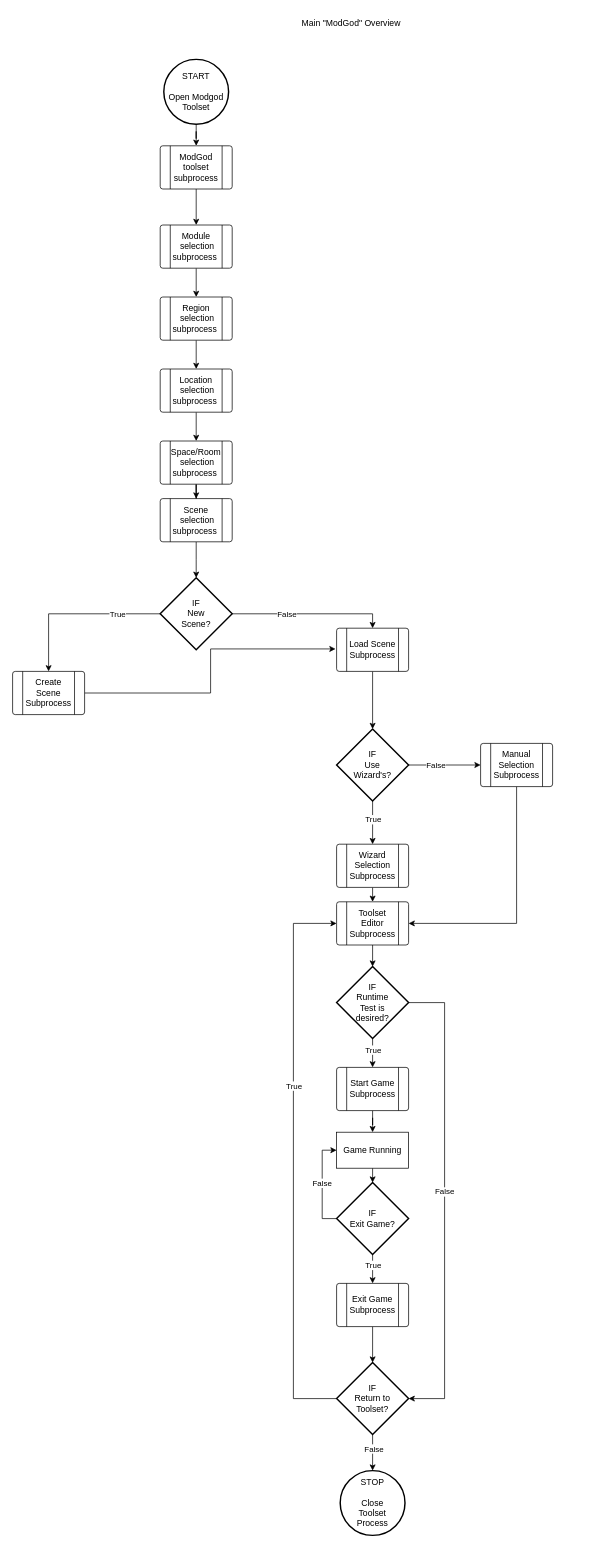
Above: Phase2/Flowcharts/modgodToolset/ModGod/ModGodSpaceRoomSelectionSubprocess.drawio in RPG-Research/bcirpg (draw.io), before the change. Source tidied: cells renumbered, new cells numbered last; positions are measured from the earlier drawing's top-left corner, leaving out a move shared by most shapes. Both pictures are drawn from the tidied source at 72%, with x=0, y=0 at pixel (12, 12).
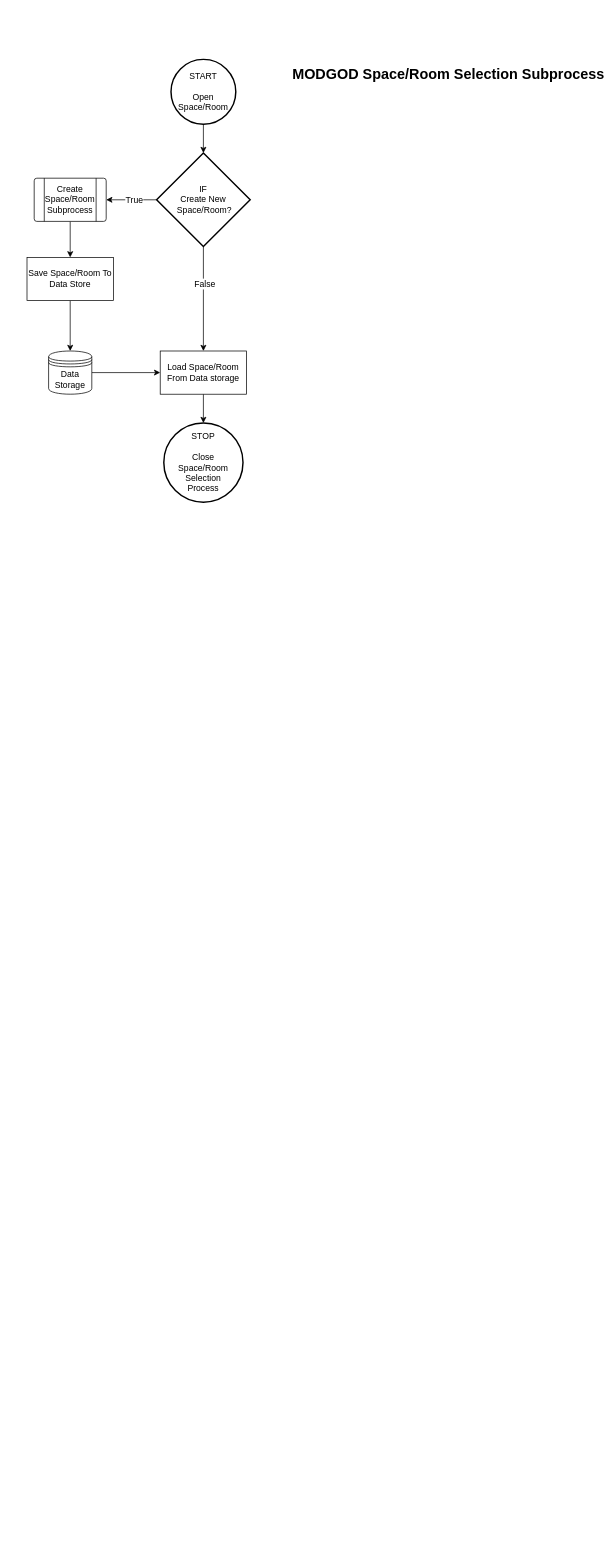
Above is the later version.

Commit message (it also covers changes not shown here):
Added updates for the selection side of the modgod flowcharts

The edit, as a diff of the source:
```diff
@@
-    <mxCell id="2" style="edgeStyle=orthogonalEdgeStyle;rounded=0;jettySize=auto;html=1;entryX=0.5;entryY=0;entryDx=0;entryDy=0;" parent="1" edge="1" source="3" target="5">
-      <mxGeometry relative="1" as="geometry" />
-    </mxCell>
-    <mxCell id="3" value="START&lt;br&gt;&lt;br&gt;Open Modgod&lt;br&gt;Toolset" style="strokeWidth=2;html=1;shape=mxgraph.flowchart.start_2;whiteSpace=wrap;" parent="1" vertex="1">
-      <mxGeometry x="210" y="65" width="90" height="90" as="geometry" />
-    </mxCell>
-    <mxCell id="4" style="edgeStyle=orthogonalEdgeStyle;rounded=0;jettySize=auto;html=1;entryX=0.5;entryY=0;entryDx=0;entryDy=0;" parent="1" edge="1" source="5" target="7">
-      <mxGeometry relative="1" as="geometry" />
-    </mxCell>
-    <mxCell id="5" value="ModGod toolset subprocess" style="verticalLabelPosition=middle;verticalAlign=middle;html=1;shape=process;whiteSpace=wrap;rounded=1;size=0.14;arcSize=6;labelPosition=center;align=center;" parent="1" vertex="1">
-      <mxGeometry x="205" y="185" width="100" height="60" as="geometry" />
-    </mxCell>
-    <mxCell id="6" style="edgeStyle=orthogonalEdgeStyle;rounded=0;jettySize=auto;html=1;exitX=0.5;exitY=1;exitDx=0;exitDy=0;entryX=0.5;entryY=0;entryDx=0;entryDy=0;" parent="1" edge="1" source="7" target="54">
-      <mxGeometry relative="1" as="geometry" />
-    </mxCell>
-    <mxCell id="7" value="Module&lt;br&gt;&amp;nbsp;selection subprocess&amp;nbsp;" style="verticalLabelPosition=middle;verticalAlign=middle;html=1;shape=process;whiteSpace=wrap;rounded=1;size=0.14;arcSize=6;labelPosition=center;align=center;" parent="1" vertex="1">
-      <mxGeometry x="205" y="295" width="100" height="60" as="geometry" />
-    </mxCell>
-    <mxCell id="8" style="edgeStyle=orthogonalEdgeStyle;rounded=0;jettySize=auto;html=1;exitX=0.5;exitY=1;exitDx=0;exitDy=0;" parent="1" edge="1" source="52">
-      <mxGeometry relative="1" as="geometry">
-        <mxPoint x="255" y="785" as="targetPoint" />
-      </mxGeometry>
-    </mxCell>
-    <mxCell id="9" style="edgeStyle=orthogonalEdgeStyle;rounded=0;jettySize=auto;html=1;exitX=1;exitY=0.5;exitDx=0;exitDy=0;exitPerimeter=0;entryX=0.5;entryY=0;entryDx=0;entryDy=0;" parent="1" edge="1" source="13" target="26">
-      <mxGeometry relative="1" as="geometry" />
-    </mxCell>
-    <mxCell id="10" value="False" style="edgeLabel;html=1;align=center;verticalAlign=middle;" parent="9" vertex="1">
-      <mxGeometry x="-0.3" relative="1" as="geometry" />
-    </mxCell>
-    <mxCell id="11" style="edgeStyle=orthogonalEdgeStyle;rounded=0;jettySize=auto;html=1;entryX=0.5;entryY=0;entryDx=0;entryDy=0;" parent="1" edge="1" source="13" target="28">
-      <mxGeometry relative="1" as="geometry" />
-    </mxCell>
-    <mxCell id="12" value="True" style="edgeLabel;html=1;align=center;verticalAlign=middle;" parent="11" vertex="1">
-      <mxGeometry x="-0.49" relative="1" as="geometry" />
-    </mxCell>
-    <mxCell id="13" value="IF&lt;br&gt;New&lt;br&gt;Scene?" style="strokeWidth=2;html=1;shape=mxgraph.flowchart.decision;whiteSpace=wrap;" parent="1" vertex="1">
-      <mxGeometry x="205" y="785" width="100" height="100" as="geometry" />
-    </mxCell>
-    <mxCell id="14" style="edgeStyle=orthogonalEdgeStyle;rounded=0;jettySize=auto;html=1;exitX=0.5;exitY=1;exitDx=0;exitDy=0;entryX=0.5;entryY=0;entryDx=0;entryDy=0;" parent="1" edge="1" source="15" target="38">
-      <mxGeometry relative="1" as="geometry" />
-    </mxCell>
-    <mxCell id="15" value="Wizard&lt;br&gt;Selection&lt;br&gt;Subprocess" style="verticalLabelPosition=middle;verticalAlign=middle;html=1;shape=process;whiteSpace=wrap;rounded=1;size=0.14;arcSize=6;labelPosition=center;align=center;" parent="1" vertex="1">
-      <mxGeometry x="450" y="1155" width="100" height="60" as="geometry" />
-    </mxCell>
-    <mxCell id="16" style="edgeStyle=orthogonalEdgeStyle;rounded=0;jettySize=auto;html=1;exitX=0.5;exitY=1;exitDx=0;exitDy=0;exitPerimeter=0;entryX=0.5;entryY=0;entryDx=0;entryDy=0;" parent="1" edge="1" source="20" target="22">
-      <mxGeometry relative="1" as="geometry" />
-    </mxCell>
-    <mxCell id="17" value="True" style="edgeLabel;html=1;align=center;verticalAlign=middle;" parent="16" vertex="1">
-      <mxGeometry x="-0.24" relative="1" as="geometry" />
-    </mxCell>
-    <mxCell id="18" style="edgeStyle=orthogonalEdgeStyle;rounded=0;jettySize=auto;html=1;exitX=1;exitY=0.5;exitDx=0;exitDy=0;exitPerimeter=0;entryX=1;entryY=0.5;entryDx=0;entryDy=0;entryPerimeter=0;" parent="1" edge="1" source="20" target="50">
-      <mxGeometry relative="1" as="geometry">
-        <Array as="points">
-          <mxPoint x="600" y="1375" />
-          <mxPoint x="600" y="1925" />
-        </Array>
-      </mxGeometry>
-    </mxCell>
-    <mxCell id="19" value="False" style="edgeLabel;html=1;align=center;verticalAlign=middle;" parent="18" vertex="1">
-      <mxGeometry x="-0.04" y="-1" relative="1" as="geometry" />
-    </mxCell>
-    <mxCell id="20" value="IF&lt;br&gt;Runtime&lt;br&gt;Test is&lt;br&gt;desired?" style="strokeWidth=2;html=1;shape=mxgraph.flowchart.decision;whiteSpace=wrap;" parent="1" vertex="1">
-      <mxGeometry x="450" y="1325" width="100" height="100" as="geometry" />
-    </mxCell>
-    <mxCell id="21" style="edgeStyle=orthogonalEdgeStyle;rounded=0;jettySize=auto;html=1;exitX=0.5;exitY=1;exitDx=0;exitDy=0;" parent="1" edge="1" source="22" target="40">
-      <mxGeometry relative="1" as="geometry" />
-    </mxCell>
-    <mxCell id="22" value="Start Game&lt;br&gt;Subprocess" style="verticalLabelPosition=middle;verticalAlign=middle;html=1;shape=process;whiteSpace=wrap;rounded=1;size=0.14;arcSize=6;labelPosition=center;align=center;" parent="1" vertex="1">
-      <mxGeometry x="450" y="1465" width="100" height="60" as="geometry" />
-    </mxCell>
-    <mxCell id="23" style="edgeStyle=orthogonalEdgeStyle;rounded=0;jettySize=auto;html=1;exitX=0.5;exitY=1;exitDx=0;exitDy=0;entryX=0.5;entryY=0;entryDx=0;entryDy=0;entryPerimeter=0;" parent="1" edge="1" source="24" target="50">
-      <mxGeometry relative="1" as="geometry" />
-    </mxCell>
-    <mxCell id="24" value="Exit Game&lt;br&gt;Subprocess" style="verticalLabelPosition=middle;verticalAlign=middle;html=1;shape=process;whiteSpace=wrap;rounded=1;size=0.14;arcSize=6;labelPosition=center;align=center;" parent="1" vertex="1">
-      <mxGeometry x="450" y="1765" width="100" height="60" as="geometry" />
-    </mxCell>
-    <mxCell id="25" style="edgeStyle=orthogonalEdgeStyle;rounded=0;jettySize=auto;html=1;exitX=0.5;exitY=1;exitDx=0;exitDy=0;entryX=0.5;entryY=0;entryDx=0;entryDy=0;entryPerimeter=0;" parent="1" edge="1" source="26" target="34">
-      <mxGeometry relative="1" as="geometry" />
-    </mxCell>
-    <mxCell id="26" value="Load Scene&lt;br&gt;Subprocess" style="verticalLabelPosition=middle;verticalAlign=middle;html=1;shape=process;whiteSpace=wrap;rounded=1;size=0.14;arcSize=6;labelPosition=center;align=center;" parent="1" vertex="1">
-      <mxGeometry x="450" y="855" width="100" height="60" as="geometry" />
-    </mxCell>
-    <mxCell id="27" style="edgeStyle=orthogonalEdgeStyle;rounded=0;jettySize=auto;html=1;exitX=1;exitY=0.5;exitDx=0;exitDy=0;entryX=-0.015;entryY=0.48;entryDx=0;entryDy=0;entryPerimeter=0;" parent="1" edge="1" source="28" target="26">
-      <mxGeometry relative="1" as="geometry" />
-    </mxCell>
-    <mxCell id="28" value="Create&lt;br&gt;Scene&lt;br&gt;Subprocess" style="verticalLabelPosition=middle;verticalAlign=middle;html=1;shape=process;whiteSpace=wrap;rounded=1;size=0.14;arcSize=6;labelPosition=center;align=center;" parent="1" vertex="1">
-      <mxGeometry y="915" width="100" height="60" as="geometry" />
-    </mxCell>
-    <mxCell id="29" value="Main &quot;ModGod&quot; Overview" style="text;html=1;align=center;verticalAlign=middle;strokeColor=none;fillColor=none;" parent="1" vertex="1">
-      <mxGeometry x="390" width="160" height="30" as="geometry" />
-    </mxCell>
-    <mxCell id="30" style="edgeStyle=orthogonalEdgeStyle;rounded=0;jettySize=auto;html=1;exitX=0.5;exitY=1;exitDx=0;exitDy=0;exitPerimeter=0;" parent="1" edge="1" source="34" target="15">
-      <mxGeometry relative="1" as="geometry" />
-    </mxCell>
-    <mxCell id="31" value="True" style="edgeLabel;html=1;align=center;verticalAlign=middle;" parent="30" vertex="1">
-      <mxGeometry x="-0.17" relative="1" as="geometry" />
-    </mxCell>
-    <mxCell id="32" style="edgeStyle=orthogonalEdgeStyle;rounded=0;jettySize=auto;html=1;exitX=1;exitY=0.5;exitDx=0;exitDy=0;exitPerimeter=0;entryX=0;entryY=0.5;entryDx=0;entryDy=0;" parent="1" edge="1" source="34" target="36">
-      <mxGeometry relative="1" as="geometry" />
-    </mxCell>
-    <mxCell id="33" value="False" style="edgeLabel;html=1;align=center;verticalAlign=middle;" parent="32" vertex="1">
-      <mxGeometry x="-0.27" relative="1" as="geometry" />
-    </mxCell>
-    <mxCell id="34" value="IF&lt;br&gt;Use&lt;br&gt;Wizard's?" style="strokeWidth=2;html=1;shape=mxgraph.flowchart.decision;whiteSpace=wrap;" parent="1" vertex="1">
-      <mxGeometry x="450" y="995" width="100" height="100" as="geometry" />
-    </mxCell>
-    <mxCell id="35" style="edgeStyle=orthogonalEdgeStyle;rounded=0;jettySize=auto;html=1;exitX=0.5;exitY=1;exitDx=0;exitDy=0;entryX=1;entryY=0.5;entryDx=0;entryDy=0;" parent="1" edge="1" source="36" target="38">
-      <mxGeometry relative="1" as="geometry" />
-    </mxCell>
-    <mxCell id="36" value="Manual&lt;br&gt;Selection&lt;br&gt;Subprocess" style="verticalLabelPosition=middle;verticalAlign=middle;html=1;shape=process;whiteSpace=wrap;rounded=1;size=0.14;arcSize=6;labelPosition=center;align=center;" parent="1" vertex="1">
-      <mxGeometry x="650" y="1015" width="100" height="60" as="geometry" />
-    </mxCell>
-    <mxCell id="37" style="edgeStyle=orthogonalEdgeStyle;rounded=0;jettySize=auto;html=1;exitX=0.5;exitY=1;exitDx=0;exitDy=0;entryX=0.5;entryY=0;entryDx=0;entryDy=0;entryPerimeter=0;" parent="1" edge="1" source="38" target="20">
-      <mxGeometry relative="1" as="geometry" />
-    </mxCell>
-    <mxCell id="38" value="Toolset&lt;br&gt;Editor&lt;br&gt;Subprocess" style="verticalLabelPosition=middle;verticalAlign=middle;html=1;shape=process;whiteSpace=wrap;rounded=1;size=0.14;arcSize=6;labelPosition=center;align=center;" parent="1" vertex="1">
-      <mxGeometry x="450" y="1235" width="100" height="60" as="geometry" />
-    </mxCell>
-    <mxCell id="39" style="edgeStyle=orthogonalEdgeStyle;rounded=0;jettySize=auto;html=1;exitX=0.5;exitY=1;exitDx=0;exitDy=0;entryX=0.5;entryY=0;entryDx=0;entryDy=0;entryPerimeter=0;" parent="1" edge="1" source="40" target="45">
-      <mxGeometry relative="1" as="geometry" />
-    </mxCell>
-    <mxCell id="40" value="Game Running" style="rounded=0;whiteSpace=wrap;html=1;" parent="1" vertex="1">
-      <mxGeometry x="450" y="1555" width="100" height="50" as="geometry" />
-    </mxCell>
-    <mxCell id="41" style="edgeStyle=orthogonalEdgeStyle;rounded=0;jettySize=auto;html=1;exitX=0.5;exitY=1;exitDx=0;exitDy=0;exitPerimeter=0;entryX=0.5;entryY=0;entryDx=0;entryDy=0;" parent="1" edge="1" source="45" target="24">
-      <mxGeometry relative="1" as="geometry" />
-    </mxCell>
-    <mxCell id="42" value="True" style="edgeLabel;html=1;align=center;verticalAlign=middle;" parent="41" vertex="1">
-      <mxGeometry x="-0.29" relative="1" as="geometry" />
-    </mxCell>
-    <mxCell id="43" style="edgeStyle=orthogonalEdgeStyle;rounded=0;jettySize=auto;html=1;exitX=0;exitY=0.5;exitDx=0;exitDy=0;exitPerimeter=0;entryX=0;entryY=0.5;entryDx=0;entryDy=0;" parent="1" edge="1" source="45" target="40">
-      <mxGeometry relative="1" as="geometry" />
-    </mxCell>
-    <mxCell id="44" value="False" style="edgeLabel;html=1;align=center;verticalAlign=middle;" parent="43" vertex="1">
-      <mxGeometry x="0.04" y="1" relative="1" as="geometry" />
-    </mxCell>
-    <mxCell id="45" value="IF&lt;br&gt;Exit Game?" style="strokeWidth=2;html=1;shape=mxgraph.flowchart.decision;whiteSpace=wrap;" parent="1" vertex="1">
-      <mxGeometry x="450" y="1625" width="100" height="100" as="geometry" />
-    </mxCell>
-    <mxCell id="46" style="edgeStyle=orthogonalEdgeStyle;rounded=0;jettySize=auto;html=1;entryX=0;entryY=0.5;entryDx=0;entryDy=0;" parent="1" edge="1" source="50" target="38">
-      <mxGeometry relative="1" as="geometry">
-        <Array as="points">
-          <mxPoint x="390" y="1925" />
-          <mxPoint x="390" y="1265" />
-        </Array>
-      </mxGeometry>
-    </mxCell>
-    <mxCell id="47" value="True" style="edgeLabel;html=1;align=center;verticalAlign=middle;" parent="46" vertex="1">
-      <mxGeometry x="0.27" relative="1" as="geometry" />
-    </mxCell>
-    <mxCell id="48" style="edgeStyle=orthogonalEdgeStyle;rounded=0;jettySize=auto;html=1;exitX=0.5;exitY=1;exitDx=0;exitDy=0;exitPerimeter=0;entryX=0.5;entryY=0;entryDx=0;entryDy=0;entryPerimeter=0;" parent="1" edge="1" source="50" target="51">
-      <mxGeometry relative="1" as="geometry" />
-    </mxCell>
-    <mxCell id="49" value="False" style="edgeLabel;html=1;align=center;verticalAlign=middle;" parent="48" vertex="1">
-      <mxGeometry x="-0.26" y="1" relative="1" as="geometry" />
-    </mxCell>
-    <mxCell id="50" value="IF&lt;br&gt;Return to&lt;br&gt;Toolset?" style="strokeWidth=2;html=1;shape=mxgraph.flowchart.decision;whiteSpace=wrap;" parent="1" vertex="1">
-      <mxGeometry x="450" y="1875" width="100" height="100" as="geometry" />
-    </mxCell>
-    <mxCell id="51" value="STOP&lt;br&gt;&lt;br&gt;Close&lt;br&gt;Toolset&lt;br&gt;Process" style="strokeWidth=2;html=1;shape=mxgraph.flowchart.start_2;whiteSpace=wrap;" parent="1" vertex="1">
-      <mxGeometry x="455" y="2025" width="90" height="90" as="geometry" />
-    </mxCell>
-    <mxCell id="52" value="Scene&lt;br&gt;&amp;nbsp;selection subprocess&amp;nbsp;" style="verticalLabelPosition=middle;verticalAlign=middle;html=1;shape=process;whiteSpace=wrap;rounded=1;size=0.14;arcSize=6;labelPosition=center;align=center;" parent="1" vertex="1">
-      <mxGeometry x="205" y="675" width="100" height="60" as="geometry" />
-    </mxCell>
-    <mxCell id="53" style="edgeStyle=orthogonalEdgeStyle;rounded=0;jettySize=auto;html=1;exitX=0.5;exitY=1;exitDx=0;exitDy=0;entryX=0.5;entryY=0;entryDx=0;entryDy=0;" parent="1" edge="1" source="54" target="56">
-      <mxGeometry relative="1" as="geometry" />
-    </mxCell>
-    <mxCell id="54" value="Region&lt;br&gt;&amp;nbsp;selection subprocess&amp;nbsp;" style="verticalLabelPosition=middle;verticalAlign=middle;html=1;shape=process;whiteSpace=wrap;rounded=1;size=0.14;arcSize=6;labelPosition=center;align=center;" parent="1" vertex="1">
-      <mxGeometry x="205" y="395" width="100" height="60" as="geometry" />
-    </mxCell>
-    <mxCell id="55" style="edgeStyle=orthogonalEdgeStyle;rounded=0;jettySize=auto;html=1;exitX=0.5;exitY=1;exitDx=0;exitDy=0;" parent="1" edge="1" source="56" target="58">
-      <mxGeometry relative="1" as="geometry" />
-    </mxCell>
-    <mxCell id="56" value="Location&lt;br&gt;&amp;nbsp;selection subprocess&amp;nbsp;" style="verticalLabelPosition=middle;verticalAlign=middle;html=1;shape=process;whiteSpace=wrap;rounded=1;size=0.14;arcSize=6;labelPosition=center;align=center;" parent="1" vertex="1">
-      <mxGeometry x="205" y="495" width="100" height="60" as="geometry" />
-    </mxCell>
-    <mxCell id="57" style="edgeStyle=orthogonalEdgeStyle;rounded=0;jettySize=auto;html=1;exitX=0.5;exitY=1;exitDx=0;exitDy=0;" parent="1" edge="1" source="58" target="52">
-      <mxGeometry relative="1" as="geometry" />
-    </mxCell>
-    <mxCell id="58" value="Space/Room&lt;br&gt;&amp;nbsp;selection subprocess&amp;nbsp;" style="verticalLabelPosition=middle;verticalAlign=middle;html=1;shape=process;whiteSpace=wrap;rounded=1;size=0.14;arcSize=6;labelPosition=center;align=center;" parent="1" vertex="1">
-      <mxGeometry x="205" y="595" width="100" height="60" as="geometry" />
-    </mxCell>
+    <mxCell id="59" style="edgeStyle=orthogonalEdgeStyle;rounded=0;jettySize=auto;html=1;entryX=0.5;entryY=0;entryDx=0;entryDy=0;entryPerimeter=0;" parent="1" edge="1" source="60" target="67">
+      <mxGeometry relative="1" as="geometry" />
+    </mxCell>
+    <mxCell id="60" value="START&lt;br&gt;&lt;br&gt;Open Space/Room" style="strokeWidth=2;html=1;shape=mxgraph.flowchart.start_2;whiteSpace=wrap;" parent="1" vertex="1">
+      <mxGeometry x="220" y="65" width="90" height="90" as="geometry" />
+    </mxCell>
+    <mxCell id="61" value="&lt;b&gt;&lt;font style=&quot;font-size: 20px;&quot;&gt;MODGOD Space/Room Selection Subprocess&lt;/font&gt;&lt;/b&gt;" style="text;html=1;align=center;verticalAlign=middle;strokeColor=none;fillColor=none;" parent="1" vertex="1">
+      <mxGeometry x="400" y="65" width="410" height="40" as="geometry" />
+    </mxCell>
+    <mxCell id="62" value="STOP&lt;br&gt;&lt;br&gt;Close&lt;br&gt;Space/Room Selection&lt;br&gt;Process" style="strokeWidth=2;html=1;shape=mxgraph.flowchart.start_2;whiteSpace=wrap;" parent="1" vertex="1">
+      <mxGeometry x="210" y="570" width="110" height="110" as="geometry" />
+    </mxCell>
+    <mxCell id="63" style="edgeStyle=orthogonalEdgeStyle;rounded=0;jettySize=auto;html=1;exitX=0.5;exitY=1;exitDx=0;exitDy=0;exitPerimeter=0;fontSize=12;entryX=0.5;entryY=0;entryDx=0;entryDy=0;" parent="1" edge="1" source="67" target="69">
+      <mxGeometry relative="1" as="geometry" />
+    </mxCell>
+    <mxCell id="64" value="False" style="edgeLabel;html=1;align=center;verticalAlign=middle;fontSize=12;" parent="63" vertex="1">
+      <mxGeometry x="-0.3" y="1" relative="1" as="geometry" />
+    </mxCell>
+    <mxCell id="65" style="edgeStyle=orthogonalEdgeStyle;rounded=0;jettySize=auto;html=1;exitX=0;exitY=0.5;exitDx=0;exitDy=0;exitPerimeter=0;entryX=1;entryY=0.5;entryDx=0;entryDy=0;fontSize=12;" parent="1" edge="1" source="67" target="73">
+      <mxGeometry relative="1" as="geometry" />
+    </mxCell>
+    <mxCell id="66" value="True" style="edgeLabel;html=1;align=center;verticalAlign=middle;fontSize=12;" parent="65" vertex="1">
+      <mxGeometry x="-0.09" relative="1" as="geometry" />
+    </mxCell>
+    <mxCell id="67" value="IF&lt;br&gt;Create New&lt;br&gt;&amp;nbsp;Space/Room?" style="strokeWidth=2;html=1;shape=mxgraph.flowchart.decision;whiteSpace=wrap;" parent="1" vertex="1">
+      <mxGeometry x="200" y="195" width="130" height="130" as="geometry" />
+    </mxCell>
+    <mxCell id="68" style="edgeStyle=orthogonalEdgeStyle;rounded=0;jettySize=auto;html=1;exitX=0.5;exitY=1;exitDx=0;exitDy=0;fontSize=12;" parent="1" edge="1" source="69" target="62">
+      <mxGeometry relative="1" as="geometry" />
+    </mxCell>
+    <mxCell id="69" value="Load Space/Room&lt;br&gt;From Data storage" style="rounded=0;whiteSpace=wrap;html=1;fontSize=12;" parent="1" vertex="1">
+      <mxGeometry x="205" y="470" width="120" height="60" as="geometry" />
+    </mxCell>
+    <mxCell id="70" style="edgeStyle=orthogonalEdgeStyle;rounded=0;jettySize=auto;html=1;exitX=1;exitY=0.5;exitDx=0;exitDy=0;entryX=0;entryY=0.5;entryDx=0;entryDy=0;fontSize=12;" parent="1" edge="1" source="71" target="69">
+      <mxGeometry relative="1" as="geometry" />
+    </mxCell>
+    <mxCell id="71" value="Data&lt;br&gt;Storage" style="shape=datastore;whiteSpace=wrap;html=1;fontSize=12;" parent="1" vertex="1">
+      <mxGeometry x="50" y="470" width="60" height="60" as="geometry" />
+    </mxCell>
+    <mxCell id="72" style="edgeStyle=orthogonalEdgeStyle;rounded=0;jettySize=auto;html=1;exitX=0.5;exitY=1;exitDx=0;exitDy=0;fontSize=12;" parent="1" edge="1" source="73" target="75">
+      <mxGeometry relative="1" as="geometry" />
+    </mxCell>
+    <mxCell id="73" value="Create Space/Room&lt;br&gt;Subprocess" style="verticalLabelPosition=middle;verticalAlign=middle;html=1;shape=process;whiteSpace=wrap;rounded=1;size=0.14;arcSize=6;fontSize=12;labelPosition=center;align=center;" parent="1" vertex="1">
+      <mxGeometry x="30" y="230" width="100" height="60" as="geometry" />
+    </mxCell>
+    <mxCell id="74" style="edgeStyle=orthogonalEdgeStyle;rounded=0;jettySize=auto;html=1;fontSize=12;" parent="1" edge="1" source="75" target="71">
+      <mxGeometry relative="1" as="geometry" />
+    </mxCell>
+    <mxCell id="75" value="Save Space/Room To&lt;br&gt;Data Store" style="rounded=0;whiteSpace=wrap;html=1;fontSize=12;" parent="1" vertex="1">
+      <mxGeometry x="20" y="340" width="120" height="60" as="geometry" />
+    </mxCell>
```
